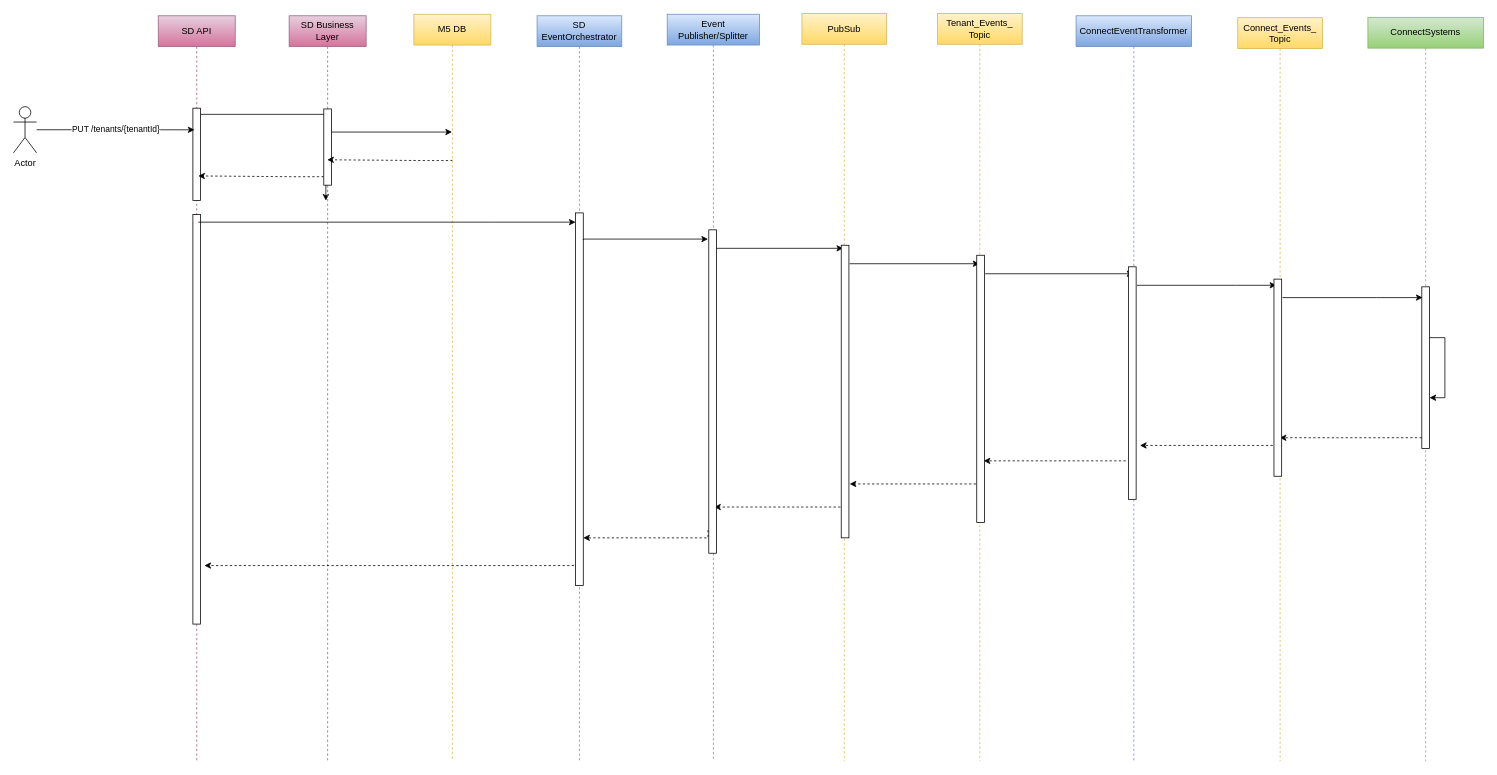
srinivaspuranamhyd/arc-diagrams keeps this draw.io diagram as TenantSequence.drawio. Above is the earlier version. Source tidied: cells renumbered, new cells numbered last; positions are measured from the earlier drawing's top-left corner, leaving out a move shared by most shapes. Both pictures are drawn from the tidied source at 77%, with x=0, y=0 at pixel (13, 13).
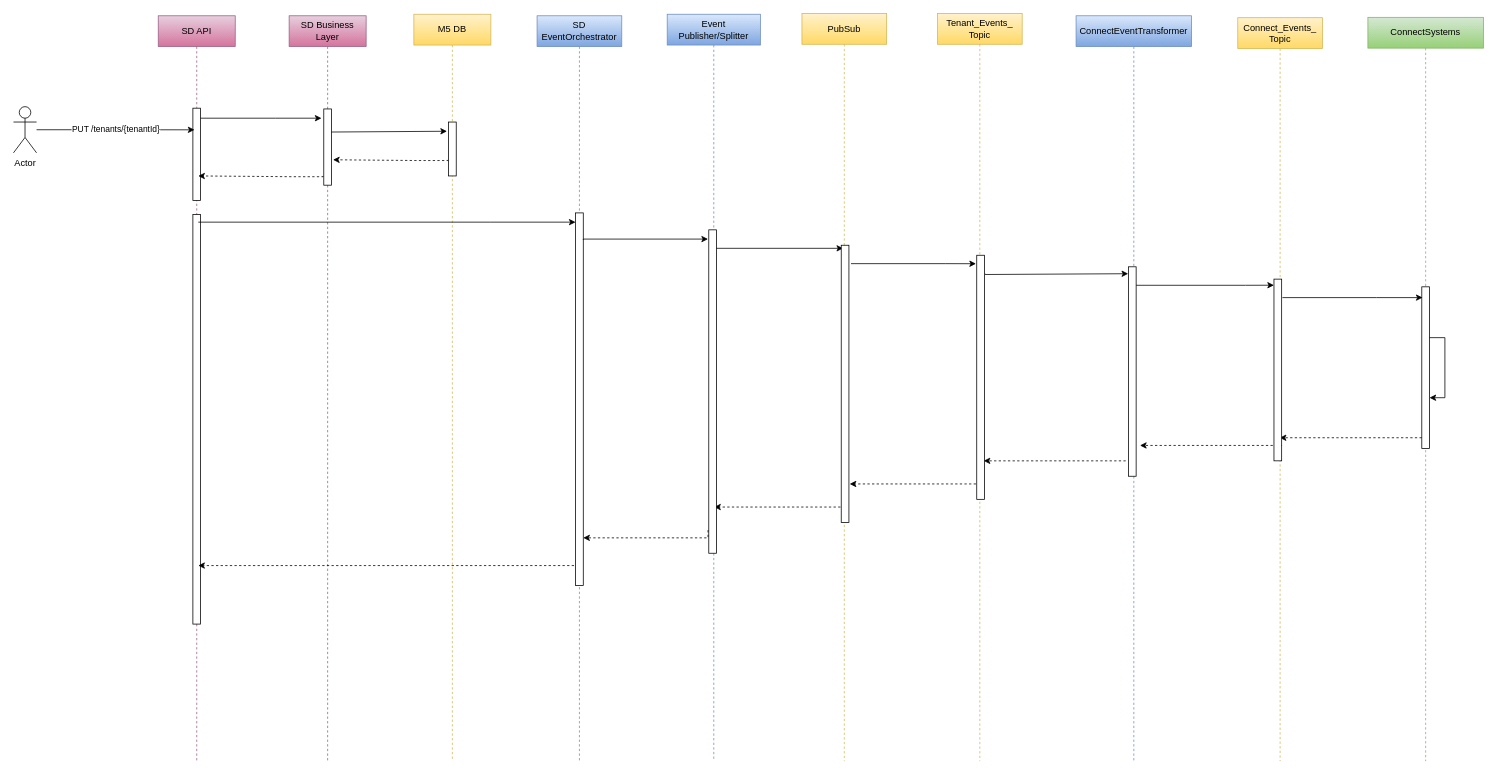
The same diagram, later.

Unchanged cells that the change refers to:
```xml
<mxCell id="6" value="SD API" style="shape=umlLifeline;perimeter=lifelinePerimeter;whiteSpace=wrap;html=1;outlineConnect=0;gradientColor=#d5739d;fillColor=#e6d0de;strokeColor=#996185;" parent="1" vertex="1">
  <mxGeometry x="188" y="3" width="100" height="968" as="geometry" />
</mxCell>
<mxCell id="10" value="SD Business Layer" style="shape=umlLifeline;perimeter=lifelinePerimeter;whiteSpace=wrap;html=1;outlineConnect=0;gradientColor=#d5739d;fillColor=#e6d0de;strokeColor=#996185;" parent="1" vertex="1">
  <mxGeometry x="358" y="3" width="100" height="968" as="geometry" />
</mxCell>
<mxCell id="15" value="ConnectEventTransformer" style="shape=umlLifeline;perimeter=lifelinePerimeter;whiteSpace=wrap;html=1;outlineConnect=0;gradientColor=#7ea6e0;fillColor=#dae8fc;strokeColor=#6c8ebf;" parent="1" vertex="1">
  <mxGeometry x="1380" y="3" width="150" height="968" as="geometry" />
</mxCell>
<mxCell id="20" value="M5 DB" style="shape=umlLifeline;perimeter=lifelinePerimeter;whiteSpace=wrap;html=1;gradientColor=#ffd966;fillColor=#fff2cc;strokeColor=#d6b656;" parent="1" vertex="1">
  <mxGeometry x="520" y="1" width="100" height="970" as="geometry" />
</mxCell>
```

Diff of the diagram source:
```diff
@@
-    <mxCell id="5" style="edgeStyle=orthogonalEdgeStyle;rounded=0;jettySize=auto;html=1;entryX=0.477;entryY=0.248;entryDx=0;entryDy=0;entryPerimeter=0;" parent="1" edge="1" source="6" target="10">
+    <mxCell id="5" style="edgeStyle=orthogonalEdgeStyle;rounded=0;orthogonalLoop=1;jettySize=auto;html=1;" parent="1" edge="1">
       <mxGeometry relative="1" as="geometry">
+        <mxPoint x="237.5" y="136" as="sourcePoint" />
+        <mxPoint x="400" y="136" as="targetPoint" />
         <Array as="points">
-          <mxPoint x="280" y="131" />
-          <mxPoint x="280" y="131" />
+          <mxPoint x="340" y="136" />
+          <mxPoint x="340" y="136" />
         </Array>
       </mxGeometry>
     </mxCell>
@@
-    <mxCell id="9" style="edgeStyle=orthogonalEdgeStyle;rounded=0;orthogonalLoop=1;jettySize=auto;html=1;" parent="1" edge="1">
+    <mxCell id="9" style="edgeStyle=orthogonalEdgeStyle;rounded=0;jettySize=auto;html=1;entryX=-0.2;entryY=0.171;entryDx=0;entryDy=0;entryPerimeter=0;" parent="1" edge="1" target="43">
       <mxGeometry relative="1" as="geometry">
         <mxPoint x="407.5" y="155" as="sourcePoint" />
-        <mxPoint x="569.5" y="154" as="targetPoint" />
         <Array as="points">
           <mxPoint x="408" y="154" />
         </Array>
       </mxGeometry>
     </mxCell>
@@
     <mxCell id="19" style="edgeStyle=orthogonalEdgeStyle;rounded=0;orthogonalLoop=1;jettySize=auto;html=1;dashed=1;" parent="1" edge="1">
       <mxGeometry relative="1" as="geometry">
-        <mxPoint x="569.5" y="190" as="sourcePoint" />
-        <mxPoint x="407.5" y="190" as="targetPoint" />
+        <mxPoint x="564.5" y="190" as="sourcePoint" />
+        <mxPoint x="415" y="190" as="targetPoint" />
         <Array as="points">
-          <mxPoint x="530" y="191" />
-          <mxPoint x="530" y="191" />
+          <mxPoint x="525" y="191" />
+          <mxPoint x="525" y="191" />
         </Array>
       </mxGeometry>
     </mxCell>
@@
+    <mxCell id="43" style="html=1;points=[];perimeter=orthogonalPerimeter;" parent="20" vertex="1">
+      <mxGeometry x="45" y="140" width="10" height="70" as="geometry" />
+    </mxCell>
@@
-    <mxCell id="29" style="edgeStyle=orthogonalEdgeStyle;rounded=0;orthogonalLoop=1;jettySize=auto;html=1;" parent="1" edge="1">
+    <mxCell id="29" style="edgeStyle=orthogonalEdgeStyle;rounded=0;orthogonalLoop=1;jettySize=auto;html=1;exitX=1.267;exitY=0.063;exitDx=0;exitDy=0;exitPerimeter=0;" parent="1" edge="1">
       <mxGeometry relative="1" as="geometry">
-        <mxPoint x="1086" y="325" as="sourcePoint" />
-        <mxPoint x="1254.5" y="325" as="targetPoint" />
+        <mxPoint x="1087.7" y="324.9" as="sourcePoint" />
+        <mxPoint x="1250" y="325" as="targetPoint" />
         <Array as="points">
-          <mxPoint x="1086" y="325" />
+          <mxPoint x="1210" y="325" />
+          <mxPoint x="1210" y="325" />
         </Array>
       </mxGeometry>
     </mxCell>
-    <mxCell id="30" style="edgeStyle=orthogonalEdgeStyle;rounded=0;jettySize=auto;html=1;" parent="1" edge="1" target="15">
+    <mxCell id="30" style="edgeStyle=orthogonalEdgeStyle;rounded=0;jettySize=auto;html=1;entryX=-0.033;entryY=0.033;entryDx=0;entryDy=0;entryPerimeter=0;" parent="1" edge="1" target="39">
       <mxGeometry relative="1" as="geometry">
         <mxPoint x="1262" y="338" as="sourcePoint" />
         <Array as="points">
-          <mxPoint x="1390" y="338" />
-          <mxPoint x="1390" y="338" />
+          <mxPoint x="1262" y="339" />
         </Array>
       </mxGeometry>
     </mxCell>
-    <mxCell id="31" style="edgeStyle=orthogonalEdgeStyle;rounded=0;orthogonalLoop=1;jettySize=auto;html=1;" parent="1" edge="1">
+    <mxCell id="31" style="edgeStyle=orthogonalEdgeStyle;rounded=0;orthogonalLoop=1;jettySize=auto;html=1;entryX=0.3;entryY=0.031;entryDx=0;entryDy=0;entryPerimeter=0;" parent="1" edge="1">
       <mxGeometry relative="1" as="geometry">
-        <mxPoint x="1459" y="353" as="sourcePoint" />
-        <mxPoint x="1640" y="353" as="targetPoint" />
+        <mxPoint x="1456" y="353" as="sourcePoint" />
+        <mxPoint x="1637" y="352.9" as="targetPoint" />
         <Array as="points">
-          <mxPoint x="1587" y="353" />
-          <mxPoint x="1587" y="353" />
+          <mxPoint x="1600" y="353" />
+          <mxPoint x="1600" y="353" />
         </Array>
       </mxGeometry>
     </mxCell>
@@
     <mxCell id="35" value="Event Publisher/Splitter" style="shape=umlLifeline;perimeter=lifelinePerimeter;whiteSpace=wrap;html=1;gradientColor=#7ea6e0;fillColor=#dae8fc;strokeColor=#6c8ebf;" parent="1" vertex="1">
-      <mxGeometry x="849" y="1" width="120" height="970" as="geometry" />
+      <mxGeometry x="849" y="1" width="121" height="970" as="geometry" />
     </mxCell>
@@
     <mxCell id="37" style="html=1;perimeter=orthogonalPerimeter;" parent="35" vertex="1">
-      <mxGeometry x="226" y="300" width="10" height="380" as="geometry" />
+      <mxGeometry x="226" y="300" width="10" height="360" as="geometry" />
     </mxCell>
     <mxCell id="38" style="html=1;perimeter=orthogonalPerimeter;" parent="35" vertex="1">
-      <mxGeometry x="402" y="313" width="10" height="347" as="geometry" />
+      <mxGeometry x="402" y="313" width="10" height="317" as="geometry" />
     </mxCell>
     <mxCell id="39" style="html=1;points=[];perimeter=orthogonalPerimeter;" parent="35" vertex="1">
-      <mxGeometry x="599" y="328" width="10" height="302" as="geometry" />
+      <mxGeometry x="599" y="328" width="10" height="272" as="geometry" />
     </mxCell>
     <mxCell id="40" style="html=1;perimeter=orthogonalPerimeter;" parent="35" vertex="1">
-      <mxGeometry x="788" y="344" width="10" height="256" as="geometry" />
+      <mxGeometry x="788" y="344" width="10" height="236" as="geometry" />
     </mxCell>
@@
     <mxCell id="42" style="edgeStyle=orthogonalEdgeStyle;rounded=0;orthogonalLoop=1;jettySize=auto;html=1;dashed=1;" parent="1" edge="1">
       <mxGeometry relative="1" as="geometry">
         <mxPoint x="728" y="717" as="sourcePoint" />
-        <mxPoint x="248" y="717" as="targetPoint" />
+        <mxPoint x="240" y="717" as="targetPoint" />
         <Array as="points">
           <mxPoint x="448" y="717" />
           <mxPoint x="448" y="717" />
         </Array>
       </mxGeometry>
     </mxCell>
```
